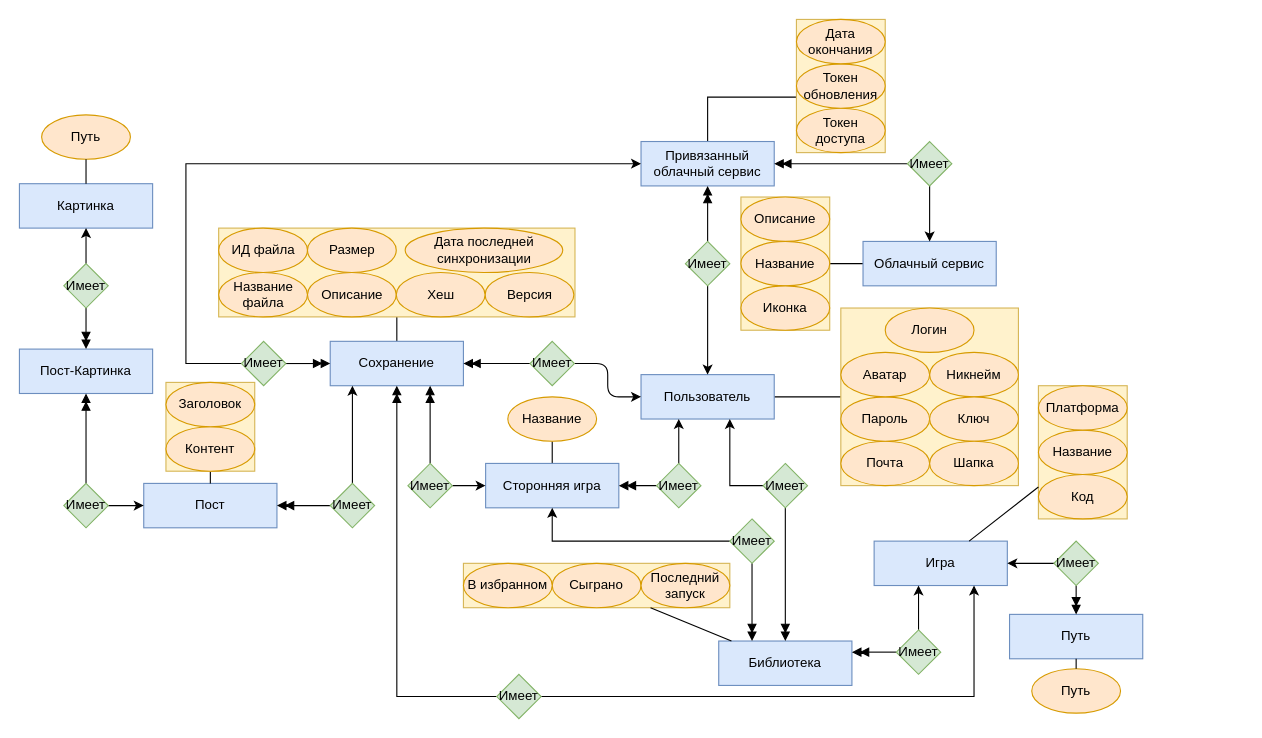
savayaqu/PlaySaveBack keeps this draw.io diagram as page "Концептуальная" (1 of 3) of Docs/Диаграммы/База данных.drawio. Above is the earlier version. Source tidied: cells renumbered, new cells numbered last; positions are measured from the earlier drawing's top-left corner, leaving out a move shared by most shapes. Both pictures are drawn from the tidied source at 111%, with x=0, y=0 at pixel (19, 19).
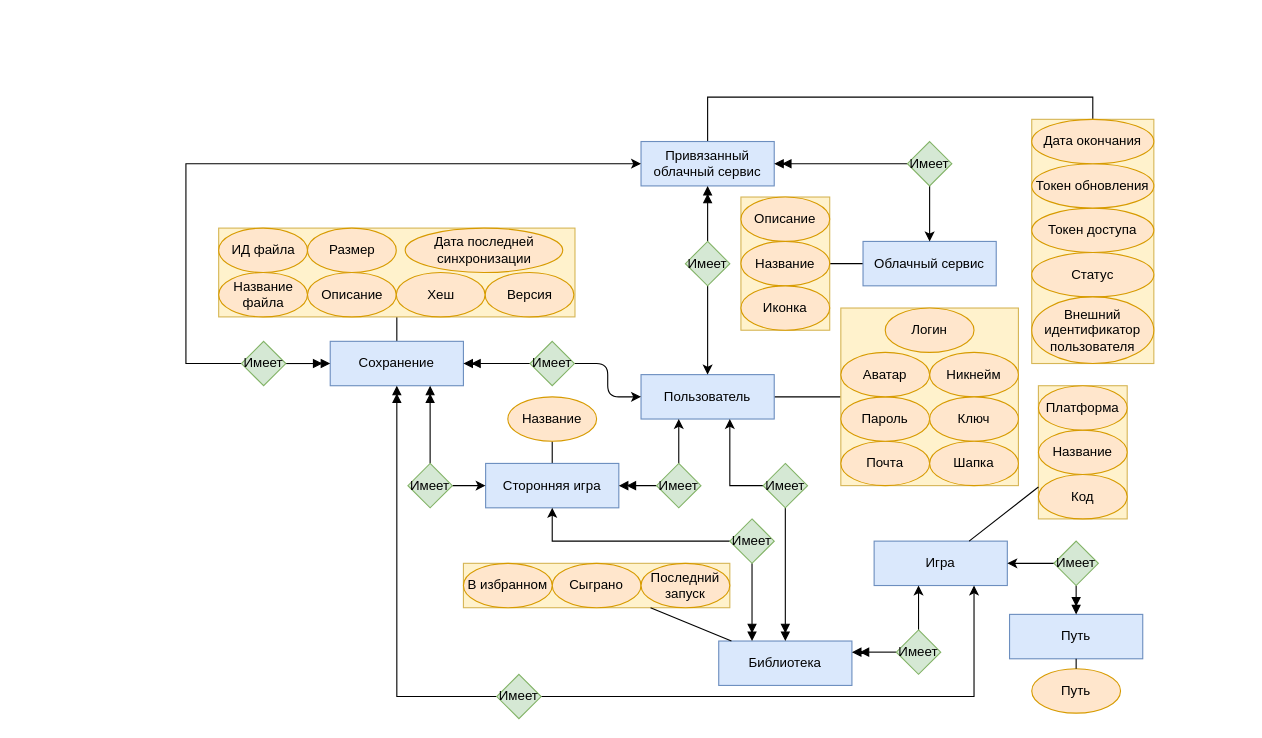
Above is the later version.

The change refers to these unchanged cells:
```xml
<mxCell id="7" value="Сохранение" style="rounded=0;whiteSpace=wrap;html=1;fillColor=#dae8fc;strokeColor=#6c8ebf;" parent="1" vertex="1">
  <mxGeometry x="280" y="290" width="120" height="40" as="geometry" />
</mxCell>
```

The edit, as a diff of the source:
```diff
@@
     <mxCell id="34" style="group;" parent="1" vertex="1">
-      <mxGeometry x="700" width="80" height="120" as="geometry" />
+      <mxGeometry x="912" y="90" width="190" height="220" as="geometry" />
     </mxCell>
     <mxCell id="35" style="rounded=0;whiteSpace=wrap;html=1;fillColor=#fff2cc;strokeColor=#d6b656;" parent="34" vertex="1">
-      <mxGeometry width="80" height="120" as="geometry" />
+      <mxGeometry width="110" height="220" as="geometry" />
     </mxCell>
     <mxCell id="36" value="Токен доступа" style="ellipse;whiteSpace=wrap;html=1;fillColor=#ffe6cc;strokeColor=#d79b00;" parent="34" vertex="1">
-      <mxGeometry y="80" width="80" height="40" as="geometry" />
+      <mxGeometry y="80" width="110" height="40" as="geometry" />
     </mxCell>
     <mxCell id="37" value="Токен обновления" style="ellipse;whiteSpace=wrap;html=1;fillColor=#ffe6cc;strokeColor=#d79b00;" parent="34" vertex="1">
-      <mxGeometry y="40" width="80" height="40" as="geometry" />
+      <mxGeometry y="40" width="110" height="40" as="geometry" />
     </mxCell>
     <mxCell id="38" value="Дата окончания" style="ellipse;whiteSpace=wrap;html=1;fillColor=#ffe6cc;strokeColor=#d79b00;" parent="34" vertex="1">
-      <mxGeometry width="80" height="40" as="geometry" />
+      <mxGeometry width="110" height="40" as="geometry" />
     </mxCell>
+    <mxCell id="110" value="Статус" style="ellipse;whiteSpace=wrap;html=1;fillColor=#ffe6cc;strokeColor=#d79b00;" parent="34" vertex="1">
+      <mxGeometry y="120" width="110" height="40" as="geometry" />
+    </mxCell>
+    <mxCell id="111" value="Внешний идентификатор пользователя" style="ellipse;whiteSpace=wrap;html=1;fillColor=#ffe6cc;strokeColor=#d79b00;" parent="34" vertex="1">
+      <mxGeometry y="160" width="110" height="60" as="geometry" />
+    </mxCell>
@@
-    <mxCell id="76" value="Пост" style="rounded=0;whiteSpace=wrap;html=1;fillColor=#dae8fc;strokeColor=#6c8ebf;" parent="1" vertex="1">
-      <mxGeometry x="112" y="418" width="120" height="40" as="geometry" />
-    </mxCell>
@@
-    <mxCell id="79" value="Пост-Картинка" style="rounded=0;whiteSpace=wrap;html=1;fillColor=#dae8fc;strokeColor=#6c8ebf;" parent="1" vertex="1">
-      <mxGeometry y="297" width="120" height="40" as="geometry" />
-    </mxCell>
-    <mxCell id="80" value="Картинка" style="rounded=0;whiteSpace=wrap;html=1;fillColor=#dae8fc;strokeColor=#6c8ebf;" parent="1" vertex="1">
-      <mxGeometry y="148" width="120" height="40" as="geometry" />
-    </mxCell>
-    <mxCell id="81" value="Путь" style="ellipse;whiteSpace=wrap;html=1;fillColor=#ffe6cc;strokeColor=#d79b00;" parent="1" vertex="1">
-      <mxGeometry x="20" y="86" width="80" height="40" as="geometry" />
-    </mxCell>
-    <mxCell id="82" style="endArrow=none;html=1;rounded=0;" parent="1" edge="1" source="81" target="80">
-      <mxGeometry relative="1" as="geometry" />
-    </mxCell>
@@
-    <mxCell id="87" style="rounded=0;jettySize=auto;html=1;edgeStyle=orthogonalEdgeStyle;" parent="1" edge="1" source="89" target="7">
-      <mxGeometry relative="1" as="geometry">
-        <Array as="points">
-          <mxPoint x="300" y="348" />
-          <mxPoint x="300" y="348" />
-        </Array>
-      </mxGeometry>
-    </mxCell>
-    <mxCell id="88" style="edgeStyle=orthogonalEdgeStyle;rounded=0;jettySize=auto;html=1;endArrow=doubleBlock;endFill=1;" parent="1" edge="1" source="89" target="76">
-      <mxGeometry relative="1" as="geometry" />
-    </mxCell>
-    <mxCell id="89" value="Имеет" style="rhombus;whiteSpace=wrap;html=1;fillColor=#d5e8d4;strokeColor=#82b366;" parent="1" vertex="1">
-      <mxGeometry x="280" y="418" width="40" height="40" as="geometry" />
-    </mxCell>
-    <mxCell id="90" style="edgeStyle=orthogonalEdgeStyle;rounded=0;jettySize=auto;html=1;" parent="1" edge="1" source="92" target="76">
-      <mxGeometry relative="1" as="geometry" />
-    </mxCell>
-    <mxCell id="91" style="edgeStyle=orthogonalEdgeStyle;rounded=0;jettySize=auto;html=1;endArrow=doubleBlock;endFill=1;" parent="1" edge="1" source="92" target="79">
-      <mxGeometry relative="1" as="geometry" />
-    </mxCell>
-    <mxCell id="92" value="Имеет" style="rhombus;whiteSpace=wrap;html=1;fillColor=#d5e8d4;strokeColor=#82b366;" parent="1" vertex="1">
-      <mxGeometry x="40" y="418" width="40" height="40" as="geometry" />
-    </mxCell>
-    <mxCell id="93" style="edgeStyle=orthogonalEdgeStyle;rounded=0;jettySize=auto;html=1;endArrow=doubleBlock;endFill=1;" parent="1" edge="1" source="95" target="79">
-      <mxGeometry relative="1" as="geometry" />
-    </mxCell>
-    <mxCell id="94" style="rounded=0;jettySize=auto;html=1;" parent="1" edge="1" source="95" target="80">
-      <mxGeometry relative="1" as="geometry" />
-    </mxCell>
-    <mxCell id="95" value="Имеет" style="rhombus;whiteSpace=wrap;html=1;fillColor=#d5e8d4;strokeColor=#82b366;" parent="1" vertex="1">
-      <mxGeometry x="40" y="220" width="40" height="40" as="geometry" />
-    </mxCell>
-    <mxCell id="96" style="rounded=0;jettySize=auto;html=1;endArrow=none;startFill=0;" parent="1" edge="1" source="98" target="76">
-      <mxGeometry relative="1" as="geometry" />
-    </mxCell>
-    <mxCell id="97" style="group;" parent="1" vertex="1">
-      <mxGeometry x="132" y="327" width="80" height="80" as="geometry" />
-    </mxCell>
-    <mxCell id="98" style="rounded=0;whiteSpace=wrap;html=1;fillColor=#fff2cc;strokeColor=#d6b656;" parent="97" vertex="1">
-      <mxGeometry width="80" height="80" as="geometry" />
-    </mxCell>
-    <mxCell id="99" value="Контент" style="ellipse;whiteSpace=wrap;html=1;fillColor=#ffe6cc;strokeColor=#d79b00;" parent="97" vertex="1">
-      <mxGeometry y="40" width="80" height="40" as="geometry" />
-    </mxCell>
-    <mxCell id="100" value="Заголовок" style="ellipse;whiteSpace=wrap;html=1;fillColor=#ffe6cc;strokeColor=#d79b00;" parent="97" vertex="1">
-      <mxGeometry width="80" height="40" as="geometry" />
-    </mxCell>
```
